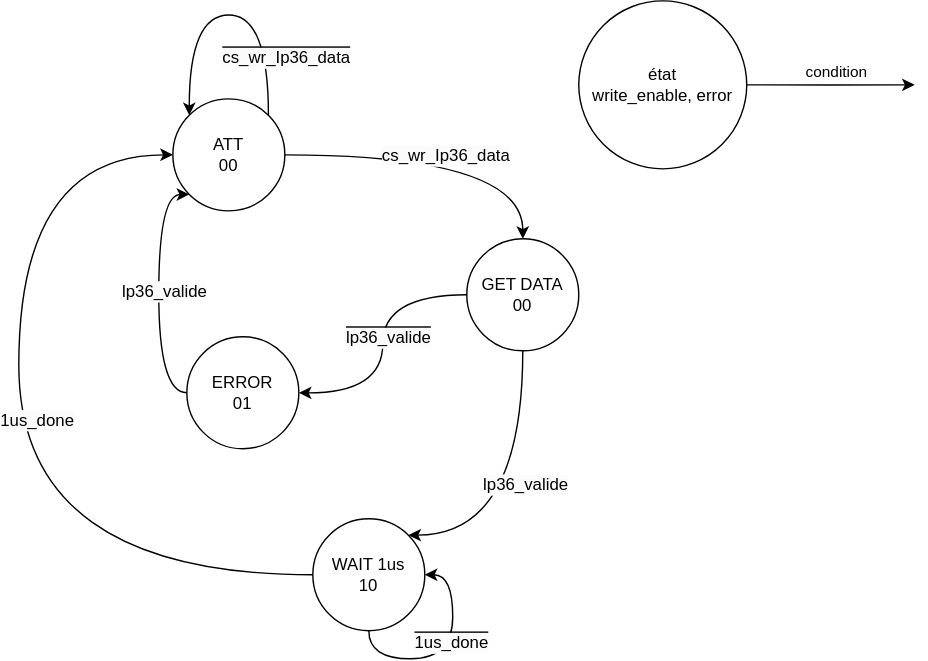
This is imgs/interface_avalon-MSS.svg from UBehrmann/ARE_labo3, a draw.io export, as it was before one commit. Source tidied: cells renumbered, new cells last; positions are measured from the earlier drawing's top-left corner, leaving out a move shared by most shapes. Source of this version:
```xml
<mxGraphModel>
  <root>
    <mxCell id="0" />
    <mxCell id="1" parent="0" />
    <mxCell id="2" style="rounded=0;jettySize=auto;html=1;exitX=1;exitY=0.5;exitDx=0;exitDy=0;edgeStyle=orthogonalEdgeStyle;curved=1;" parent="1" edge="1" source="4" target="9">
      <mxGeometry relative="1" as="geometry" />
    </mxCell>
    <mxCell id="3" value="&lt;span style=&quot;font-size: 12px; text-align: right; background-color: rgb(251, 251, 251);&quot;&gt;cs_wr_Ip36_data&lt;/span&gt;" style="edgeLabel;html=1;align=center;verticalAlign=middle;" parent="2" vertex="1">
      <mxGeometry x="-0.01" relative="1" as="geometry" />
    </mxCell>
    <mxCell id="4" value="ATT&lt;br&gt;00" style="ellipse;whiteSpace=wrap;html=1;" parent="1" vertex="1">
      <mxGeometry x="110" y="70" width="80" height="80" as="geometry" />
    </mxCell>
    <mxCell id="5" style="edgeStyle=orthogonalEdgeStyle;rounded=0;jettySize=auto;html=1;exitX=0.5;exitY=1;exitDx=0;exitDy=0;curved=1;entryX=1;entryY=0;entryDx=0;entryDy=0;" parent="1" edge="1" source="9" target="12">
      <mxGeometry relative="1" as="geometry">
        <Array as="points">
          <mxPoint x="360" y="382" />
        </Array>
      </mxGeometry>
    </mxCell>
    <mxCell id="6" value="&lt;span style=&quot;font-size: 12px; background-color: rgb(251, 251, 251);&quot;&gt;lp36_valide&lt;/span&gt;" style="edgeLabel;html=1;align=center;verticalAlign=middle;" parent="5" vertex="1">
      <mxGeometry x="-0.11" y="1" relative="1" as="geometry" />
    </mxCell>
    <mxCell id="7" style="edgeStyle=orthogonalEdgeStyle;rounded=0;jettySize=auto;html=1;exitX=0;exitY=0.5;exitDx=0;exitDy=0;curved=1;" parent="1" edge="1" source="9" target="15">
      <mxGeometry relative="1" as="geometry" />
    </mxCell>
    <mxCell id="8" value="&lt;span style=&quot;font-size: 12px; background-color: rgb(251, 251, 251);text-decoration:overline;&quot;&gt;lp36_valide&lt;/span&gt;" style="edgeLabel;html=1;align=center;verticalAlign=middle;" parent="7" vertex="1">
      <mxGeometry x="-0.02" y="3" relative="1" as="geometry">
        <mxPoint y="-3" as="offset" />
      </mxGeometry>
    </mxCell>
    <mxCell id="9" value="GET DATA&lt;br&gt;00" style="ellipse;whiteSpace=wrap;html=1;" parent="1" vertex="1">
      <mxGeometry x="320" y="170" width="80" height="80" as="geometry" />
    </mxCell>
    <mxCell id="10" style="edgeStyle=orthogonalEdgeStyle;rounded=0;jettySize=auto;html=1;exitX=0;exitY=0.5;exitDx=0;exitDy=0;curved=1;entryX=0;entryY=0.5;entryDx=0;entryDy=0;" parent="1" edge="1" source="12" target="4">
      <mxGeometry relative="1" as="geometry">
        <Array as="points">
          <mxPoint y="410" />
          <mxPoint y="110" />
        </Array>
      </mxGeometry>
    </mxCell>
    <mxCell id="11" value="&lt;span style=&quot;font-size: 12px; background-color: rgb(251, 251, 251);&quot;&gt;1us_done&lt;/span&gt;" style="edgeLabel;html=1;align=center;verticalAlign=middle;" parent="10" vertex="1">
      <mxGeometry x="0.04" y="-12" relative="1" as="geometry" />
    </mxCell>
    <mxCell id="12" value="WAIT 1us&lt;div&gt;10&lt;/div&gt;" style="ellipse;whiteSpace=wrap;html=1;" parent="1" vertex="1">
      <mxGeometry x="210" y="370" width="80" height="80" as="geometry" />
    </mxCell>
    <mxCell id="13" style="edgeStyle=orthogonalEdgeStyle;rounded=0;orthogonalLoop=1;jettySize=auto;html=1;exitX=0.5;exitY=1;exitDx=0;exitDy=0;entryX=1;entryY=0.5;entryDx=0;entryDy=0;curved=1;" parent="1" edge="1" source="12" target="12">
      <mxGeometry relative="1" as="geometry" />
    </mxCell>
    <mxCell id="14" value="&lt;span style=&quot;font-size: 12px; background-color: rgb(251, 251, 251);text-decoration:overline;&quot;&gt;1us_done&lt;/span&gt;" style="edgeLabel;html=1;align=center;verticalAlign=middle;" parent="13" vertex="1">
      <mxGeometry x="0.15" y="2" relative="1" as="geometry" />
    </mxCell>
    <mxCell id="15" value="ERROR&lt;div&gt;01&lt;/div&gt;" style="ellipse;whiteSpace=wrap;html=1;" parent="1" vertex="1">
      <mxGeometry x="120" y="240" width="80" height="80" as="geometry" />
    </mxCell>
    <mxCell id="16" style="edgeStyle=orthogonalEdgeStyle;rounded=0;jettySize=auto;html=1;exitX=0;exitY=0.5;exitDx=0;exitDy=0;entryX=0;entryY=1;entryDx=0;entryDy=0;curved=1;" parent="1" edge="1" source="15" target="4">
      <mxGeometry relative="1" as="geometry">
        <Array as="points">
          <mxPoint x="100" y="280" />
          <mxPoint x="100" y="138" />
        </Array>
      </mxGeometry>
    </mxCell>
    <mxCell id="17" value="&lt;span style=&quot;color: rgba(0, 0, 0, 0); font-family: monospace; font-size: 0px; text-align: start; background-color: rgb(251, 251, 251);&quot;&gt;%3CmxGraphModel%3E%3Croot%3E%3CmxCell%20id%3D%220%22%2F%3E%3CmxCell%20id%3D%221%22%20parent%3D%220%22%2F%3E%3CmxCell%20id%3D%222%22%20value%3D%22%26lt%3Bspan%20style%3D%26quot%3Bfont-size%3A%2012px%3B%20background-color%3A%20rgb(251%2C%20251%2C%20251)%3B%26quot%3B%26gt%3Blp36_valide%26lt%3B%2Fspan%26gt%3B%22%20style%3D%22edgeLabel%3Bhtml%3D1%3Balign%3Dcenter%3BverticalAlign%3Dmiddle%3Bresizable%3D0%3Bpoints%3D%5B%5D%3B%22%20vertex%3D%221%22%20connectable%3D%220%22%20parent%3D%221%22%3E%3CmxGeometry%20x%3D%22468.33333333333326%22%20y%3D%22326.0000000000001%22%20as%3D%22geometry%22%2F%3E%3C%2FmxCell%3E%3C%2Froot%3E%3C%2FmxGraphModel%3E&lt;/span&gt;" style="edgeLabel;html=1;align=center;verticalAlign=middle;" parent="16" vertex="1">
      <mxGeometry x="0.01" y="-2" relative="1" as="geometry" />
    </mxCell>
    <mxCell id="18" value="&lt;span style=&quot;font-size: 12px; background-color: rgb(251, 251, 251);&quot;&gt;lp36_valide&lt;/span&gt;" style="edgeLabel;html=1;align=center;verticalAlign=middle;" parent="16" vertex="1">
      <mxGeometry x="0.01" y="-3" relative="1" as="geometry" />
    </mxCell>
    <mxCell id="19" style="edgeStyle=orthogonalEdgeStyle;rounded=0;orthogonalLoop=1;jettySize=auto;html=1;exitX=1;exitY=0;exitDx=0;exitDy=0;entryX=0;entryY=0;entryDx=0;entryDy=0;curved=1;" parent="1" edge="1" source="4" target="4">
      <mxGeometry relative="1" as="geometry">
        <Array as="points">
          <mxPoint x="178" y="10" />
          <mxPoint x="122" y="10" />
        </Array>
      </mxGeometry>
    </mxCell>
    <mxCell id="20" value="&lt;span style=&quot;font-size: 12px; text-align: right; background-color: rgb(251, 251, 251);text-decoration:overline;&quot;&gt;cs_wr_Ip36_data&lt;/span&gt;" style="edgeLabel;html=1;align=center;verticalAlign=middle;" parent="19" vertex="1">
      <mxGeometry x="-0.14" y="6" relative="1" as="geometry">
        <mxPoint x="26" y="24" as="offset" />
      </mxGeometry>
    </mxCell>
    <mxCell id="21" style="edgeStyle=orthogonalEdgeStyle;rounded=0;jettySize=auto;html=1;exitX=1;exitY=0.5;exitDx=0;exitDy=0;" parent="1" edge="1" source="23">
      <mxGeometry relative="1" as="geometry">
        <mxPoint x="640" y="60" as="targetPoint" />
      </mxGeometry>
    </mxCell>
    <mxCell id="22" value="condition" style="edgeLabel;html=1;align=center;verticalAlign=middle;" parent="21" vertex="1">
      <mxGeometry x="0.05" y="1" relative="1" as="geometry">
        <mxPoint y="-9" as="offset" />
      </mxGeometry>
    </mxCell>
    <mxCell id="23" value="état&lt;br&gt;&lt;span style=&quot;text-align: left; text-wrap: nowrap;&quot;&gt;write_enable, error&lt;/span&gt;" style="ellipse;whiteSpace=wrap;html=1;" parent="1" vertex="1">
      <mxGeometry x="400" width="120" height="120" as="geometry" />
    </mxCell>
  </root>
</mxGraphModel>
```
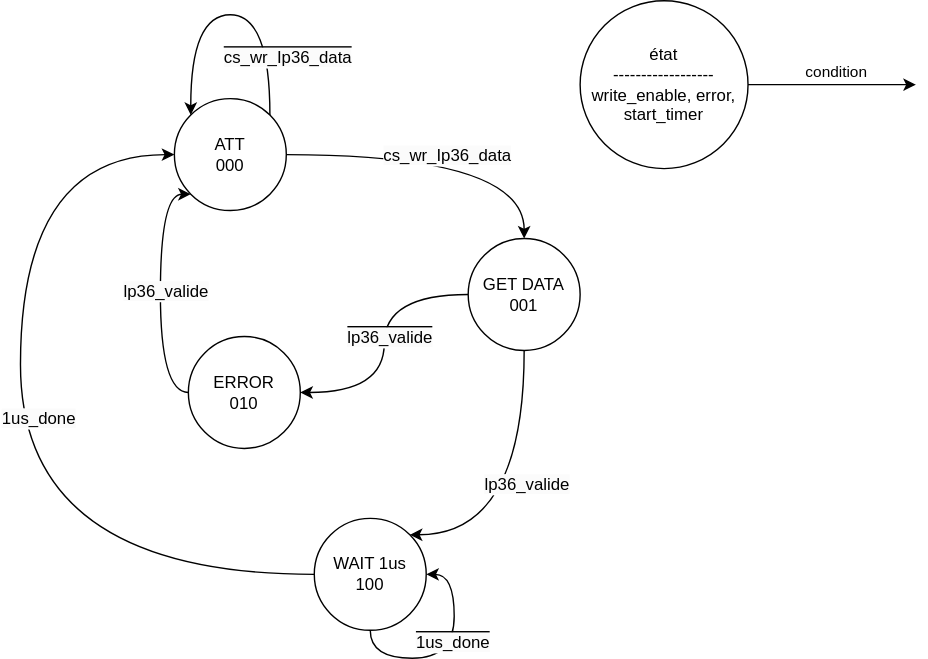
Above is the later version.

Change to the diagram source:
```diff
@@ -8,7 +8,7 @@
     <mxCell id="3" value="&lt;span style=&quot;font-size: 12px; text-align: right; background-color: rgb(251, 251, 251);&quot;&gt;cs_wr_Ip36_data&lt;/span&gt;" style="edgeLabel;html=1;align=center;verticalAlign=middle;" parent="2" vertex="1">
       <mxGeometry x="-0.01" relative="1" as="geometry" />
     </mxCell>
-    <mxCell id="4" value="ATT&lt;br&gt;00" style="ellipse;whiteSpace=wrap;html=1;" parent="1" vertex="1">
+    <mxCell id="4" value="ATT&lt;br&gt;000" style="ellipse;whiteSpace=wrap;html=1;" parent="1" vertex="1">
       <mxGeometry x="110" y="70" width="80" height="80" as="geometry" />
     </mxCell>
     <mxCell id="5" style="edgeStyle=orthogonalEdgeStyle;rounded=0;jettySize=auto;html=1;exitX=0.5;exitY=1;exitDx=0;exitDy=0;curved=1;entryX=1;entryY=0;entryDx=0;entryDy=0;" parent="1" edge="1" source="9" target="12">
@@ -29,7 +29,7 @@
         <mxPoint y="-3" as="offset" />
       </mxGeometry>
     </mxCell>
-    <mxCell id="9" value="GET DATA&lt;br&gt;00" style="ellipse;whiteSpace=wrap;html=1;" parent="1" vertex="1">
+    <mxCell id="9" value="GET DATA&lt;br&gt;001" style="ellipse;whiteSpace=wrap;html=1;" parent="1" vertex="1">
       <mxGeometry x="320" y="170" width="80" height="80" as="geometry" />
     </mxCell>
     <mxCell id="10" style="edgeStyle=orthogonalEdgeStyle;rounded=0;jettySize=auto;html=1;exitX=0;exitY=0.5;exitDx=0;exitDy=0;curved=1;entryX=0;entryY=0.5;entryDx=0;entryDy=0;" parent="1" edge="1" source="12" target="4">
@@ -43,7 +43,7 @@
     <mxCell id="11" value="&lt;span style=&quot;font-size: 12px; background-color: rgb(251, 251, 251);&quot;&gt;1us_done&lt;/span&gt;" style="edgeLabel;html=1;align=center;verticalAlign=middle;" parent="10" vertex="1">
       <mxGeometry x="0.04" y="-12" relative="1" as="geometry" />
     </mxCell>
-    <mxCell id="12" value="WAIT 1us&lt;div&gt;10&lt;/div&gt;" style="ellipse;whiteSpace=wrap;html=1;" parent="1" vertex="1">
+    <mxCell id="12" value="WAIT 1us&lt;div&gt;100&lt;/div&gt;" style="ellipse;whiteSpace=wrap;html=1;" parent="1" vertex="1">
       <mxGeometry x="210" y="370" width="80" height="80" as="geometry" />
     </mxCell>
     <mxCell id="13" style="edgeStyle=orthogonalEdgeStyle;rounded=0;orthogonalLoop=1;jettySize=auto;html=1;exitX=0.5;exitY=1;exitDx=0;exitDy=0;entryX=1;entryY=0.5;entryDx=0;entryDy=0;curved=1;" parent="1" edge="1" source="12" target="12">
@@ -52,7 +52,7 @@
     <mxCell id="14" value="&lt;span style=&quot;font-size: 12px; background-color: rgb(251, 251, 251);text-decoration:overline;&quot;&gt;1us_done&lt;/span&gt;" style="edgeLabel;html=1;align=center;verticalAlign=middle;" parent="13" vertex="1">
       <mxGeometry x="0.15" y="2" relative="1" as="geometry" />
     </mxCell>
-    <mxCell id="15" value="ERROR&lt;div&gt;01&lt;/div&gt;" style="ellipse;whiteSpace=wrap;html=1;" parent="1" vertex="1">
+    <mxCell id="15" value="ERROR&lt;div&gt;010&lt;/div&gt;" style="ellipse;whiteSpace=wrap;html=1;" parent="1" vertex="1">
       <mxGeometry x="120" y="240" width="80" height="80" as="geometry" />
     </mxCell>
     <mxCell id="16" style="edgeStyle=orthogonalEdgeStyle;rounded=0;jettySize=auto;html=1;exitX=0;exitY=0.5;exitDx=0;exitDy=0;entryX=0;entryY=1;entryDx=0;entryDy=0;curved=1;" parent="1" edge="1" source="15" target="4">
@@ -92,7 +92,7 @@
         <mxPoint y="-9" as="offset" />
       </mxGeometry>
     </mxCell>
-    <mxCell id="23" value="état&lt;br&gt;&lt;span style=&quot;text-align: left; text-wrap: nowrap;&quot;&gt;write_enable, error&lt;/span&gt;" style="ellipse;whiteSpace=wrap;html=1;" parent="1" vertex="1">
+    <mxCell id="23" value="état&lt;br&gt;------------------&lt;br&gt;&lt;span style=&quot;text-align: left; text-wrap: nowrap;&quot;&gt;write_enable, error, &lt;br&gt;start_timer&lt;/span&gt;" style="ellipse;whiteSpace=wrap;html=1;" parent="1" vertex="1">
       <mxGeometry x="400" width="120" height="120" as="geometry" />
     </mxCell>
   </root>
```
